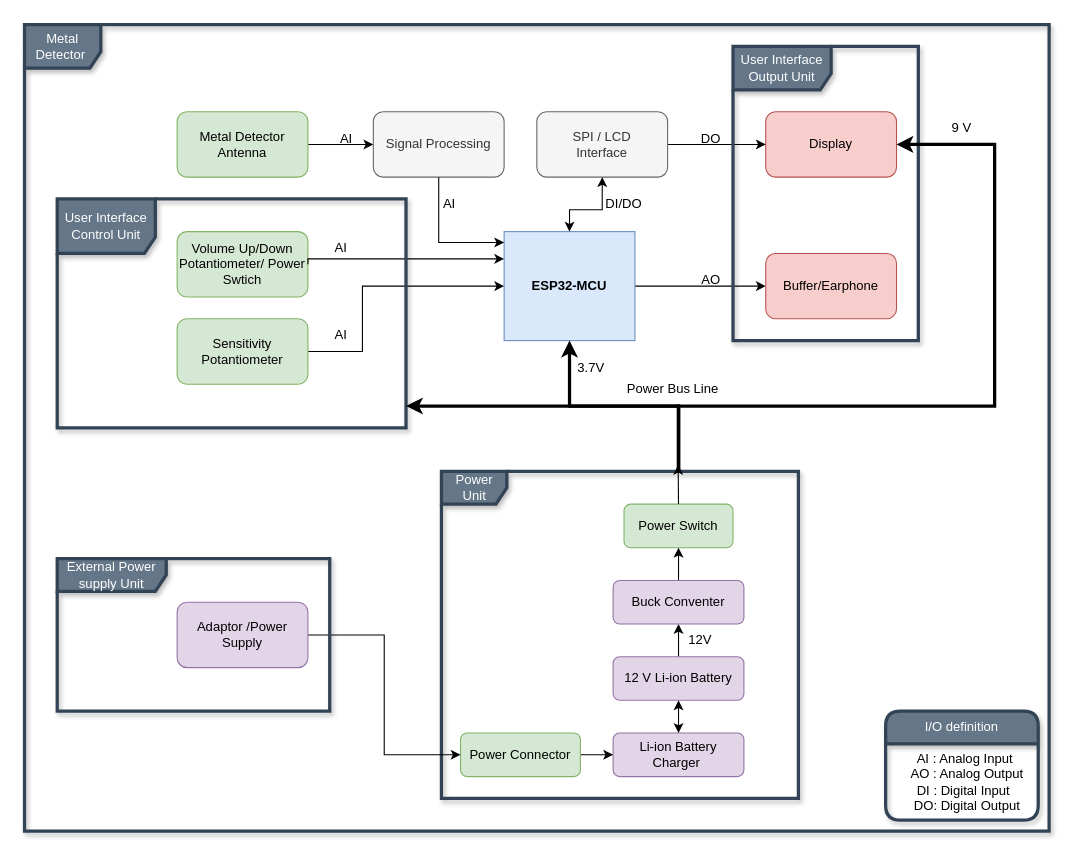
Earlier version of the draw.io diagram Metal Dedektör.drawio (metevs09/Metal_Dedector). Source tidied: cells renumbered, new cells numbered last; positions are measured from the earlier drawing's top-left corner, leaving out a move shared by most shapes. Both pictures are drawn from the tidied source at 109%, with x=0, y=0 at pixel (24, 24).
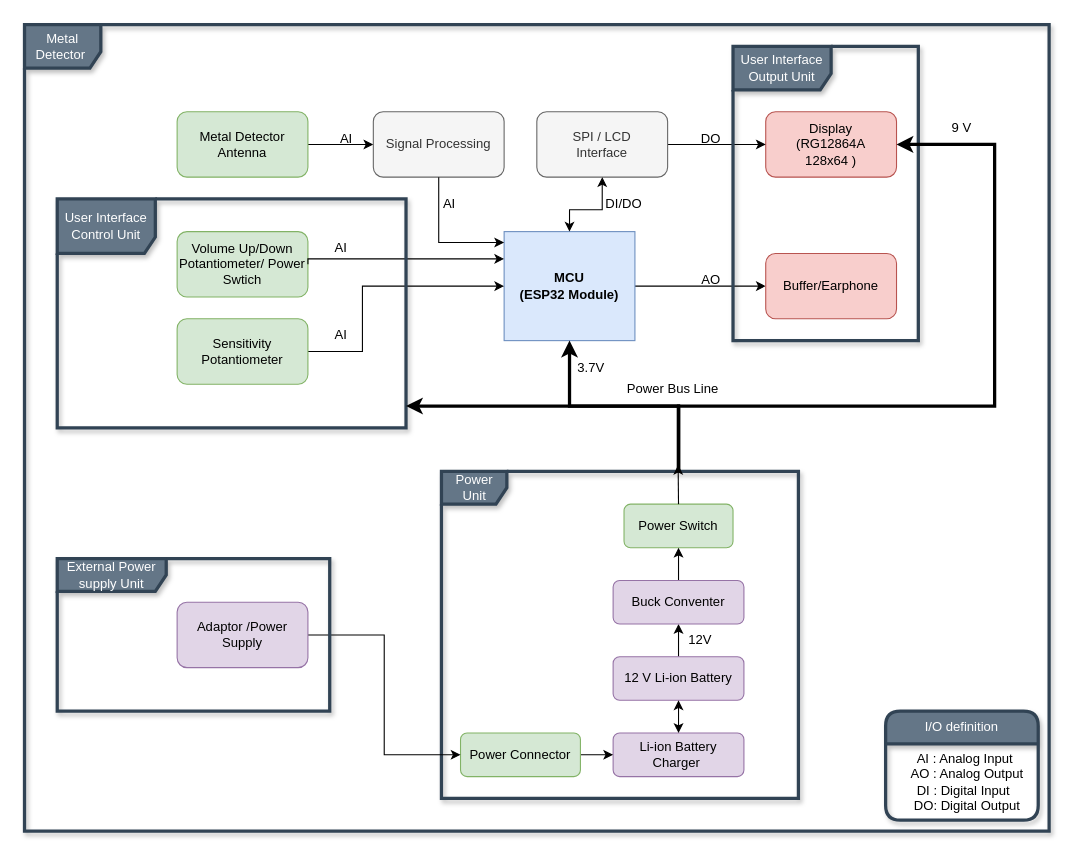
The same page after the edit.

The edit, as a diff of the source:
```diff
@@
-    <mxCell id="5" value="&lt;b&gt;ESP32-MCU&lt;/b&gt;" style="rounded=0;whiteSpace=wrap;html=1;fillColor=#dae8fc;strokeColor=#6c8ebf;" parent="1" vertex="1">
+    <mxCell id="5" value="&lt;b&gt;MCU&lt;br&gt;(ESP32 Module)&lt;/b&gt;" style="rounded=0;whiteSpace=wrap;html=1;fillColor=#dae8fc;strokeColor=#6c8ebf;" parent="1" vertex="1">
       <mxGeometry x="440" y="190" width="120" height="100" as="geometry" />
     </mxCell>
@@
-    <mxCell id="7" value="Display" style="rounded=1;whiteSpace=wrap;html=1;fillColor=#f8cecc;strokeColor=#b85450;" parent="1" vertex="1">
+    <mxCell id="7" value="Display&lt;br&gt;(RG12864A&lt;br&gt;128x64 )" style="rounded=1;whiteSpace=wrap;html=1;fillColor=#f8cecc;strokeColor=#b85450;" parent="1" vertex="1">
       <mxGeometry x="680" y="80" width="120" height="60" as="geometry" />
     </mxCell>
```
